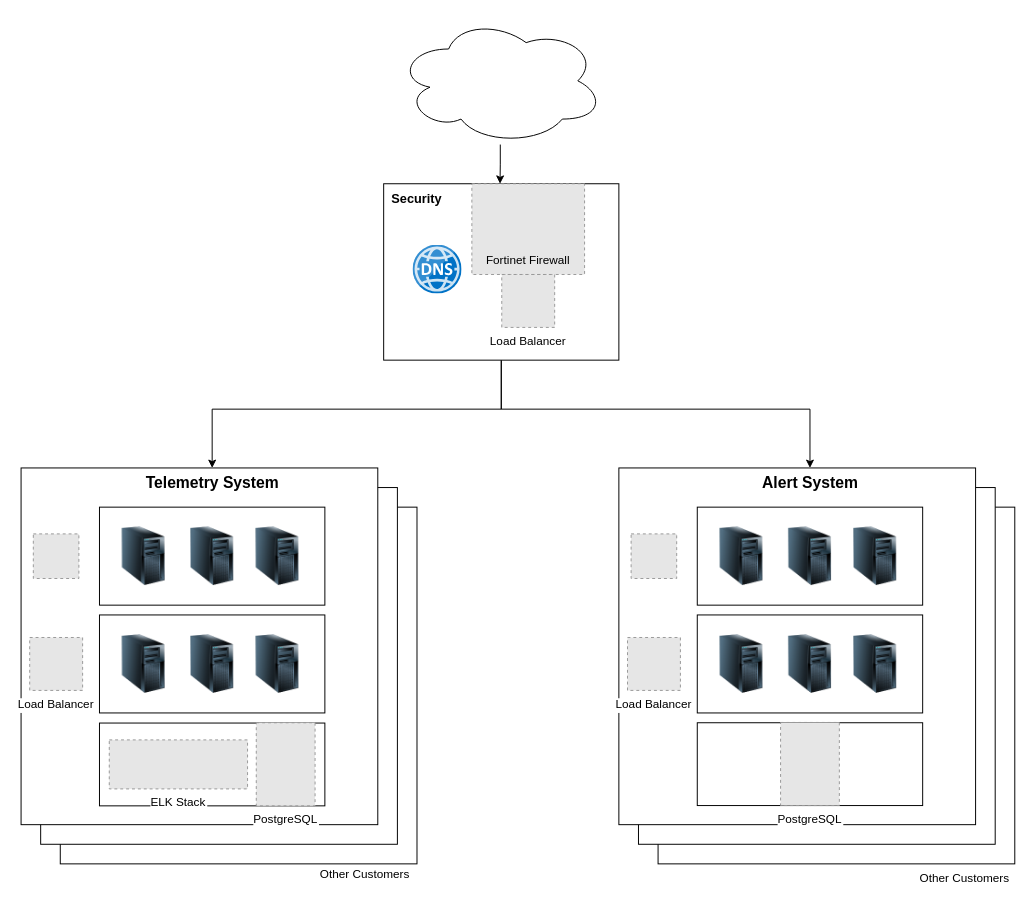
Above: Untitled Diagram.drawio in chengfong515/test_images_fong (draw.io), before the change. Source tidied: cells renumbered, new cells numbered last; positions are measured from the earlier drawing's top-left corner, leaving out a move shared by most shapes. Both pictures are drawn from the tidied source at 98%, with x=0, y=0 at pixel (21, 17). Pictures stored in the file or linked from it are replaced by grey dashed boxes.
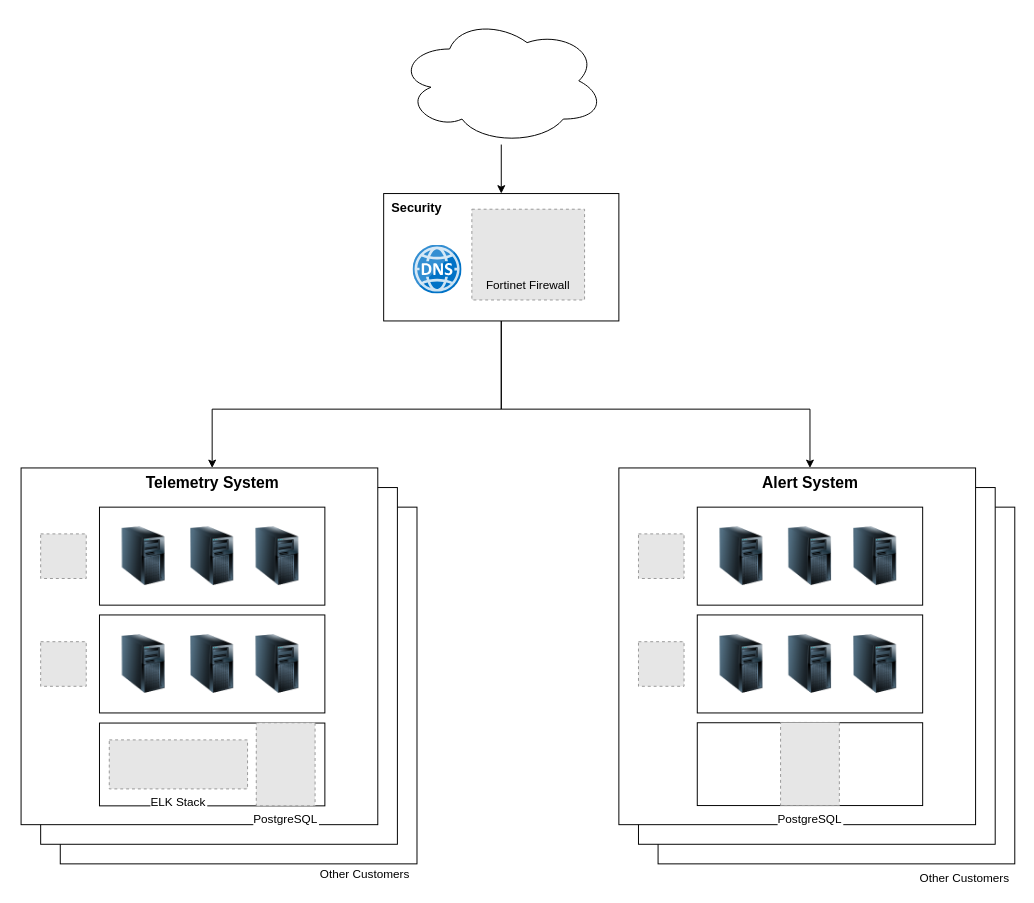
The same page after the edit.

The change refers to these unchanged cells:
```xml
<mxCell id="5" style="group;" parent="1" vertex="1">
  <mxGeometry y="460" width="404" height="404" as="geometry" />
</mxCell>
<mxCell id="28" style="group;" parent="1" vertex="1">
  <mxGeometry x="610" y="460" width="404" height="404" as="geometry" />
</mxCell>
```

The edit, as a diff of the source:
```diff
@@
     <mxCell id="4" style="rounded=0;whiteSpace=wrap;html=1;" parent="1" vertex="1">
-      <mxGeometry x="370" y="170" width="240" height="180" as="geometry" />
+      <mxGeometry x="370" y="180" width="240" height="130" as="geometry" />
     </mxCell>
@@
-    <mxCell id="19" value="Load Balancer" style="fillColor=#E6E6E6;strokeColor=#999999;dashed=1;verticalLabelPosition=bottom;labelBackgroundColor=default;verticalAlign=top;" parent="5" vertex="1">
-      <mxGeometry x="8.8" y="173" width="54" height="54" as="geometry" />
-    </mxCell>
     <mxCell id="20" style="fillColor=#E6E6E6;strokeColor=#999999;dashed=1;verticalLabelPosition=bottom;labelBackgroundColor=default;verticalAlign=top;" parent="5" vertex="1">
-      <mxGeometry x="12.5" y="67.3" width="46.5" height="45.5" as="geometry" />
+      <mxGeometry x="20" y="67.3" width="46.5" height="45.5" as="geometry" />
     </mxCell>
@@
+    <mxCell id="53" style="fillColor=#E6E6E6;strokeColor=#999999;dashed=1;verticalLabelPosition=bottom;labelBackgroundColor=default;verticalAlign=top;" parent="5" vertex="1">
+      <mxGeometry x="20" y="177.3" width="46.5" height="45.5" as="geometry" />
+    </mxCell>
@@
     <mxCell id="26" style="fillColor=#E6E6E6;strokeColor=#999999;dashed=1;verticalLabelPosition=bottom;labelBackgroundColor=default;verticalAlign=top;" parent="1" vertex="1">
-      <mxGeometry x="460" y="170" width="115" height="92.6" as="geometry" />
+      <mxGeometry x="460" y="196" width="115" height="92.6" as="geometry" />
     </mxCell>
-    <mxCell id="27" value="Load Balancer" style="fillColor=#E6E6E6;strokeColor=#999999;dashed=1;verticalLabelPosition=bottom;labelBackgroundColor=default;verticalAlign=top;" parent="1" vertex="1">
-      <mxGeometry x="490.5" y="262.6" width="54" height="54" as="geometry" />
-    </mxCell>
@@
-    <mxCell id="43" value="Load Balancer" style="fillColor=#E6E6E6;strokeColor=#999999;dashed=1;verticalLabelPosition=bottom;labelBackgroundColor=default;verticalAlign=top;" parent="28" vertex="1">
-      <mxGeometry x="8.8" y="173" width="54" height="54" as="geometry" />
-    </mxCell>
     <mxCell id="44" style="fillColor=#E6E6E6;strokeColor=#999999;dashed=1;verticalLabelPosition=bottom;labelBackgroundColor=default;verticalAlign=top;" parent="28" vertex="1">
-      <mxGeometry x="12.5" y="67.3" width="46.5" height="45.5" as="geometry" />
+      <mxGeometry x="20" y="67.3" width="46.5" height="45.5" as="geometry" />
     </mxCell>
@@
+    <mxCell id="54" style="fillColor=#E6E6E6;strokeColor=#999999;dashed=1;verticalLabelPosition=bottom;labelBackgroundColor=default;verticalAlign=top;" parent="28" vertex="1">
+      <mxGeometry x="20" y="177.3" width="46.5" height="45.5" as="geometry" />
+    </mxCell>
@@
-    <mxCell id="49" style="edgeStyle=orthogonalEdgeStyle;rounded=0;jettySize=auto;html=1;entryX=0.25;entryY=0;entryDx=0;entryDy=0;" parent="1" edge="1" source="50" target="26">
+    <mxCell id="49" style="edgeStyle=orthogonalEdgeStyle;rounded=0;jettySize=auto;html=1;entryX=0.5;entryY=0;entryDx=0;entryDy=0;" parent="1" edge="1" source="50" target="4">
       <mxGeometry relative="1" as="geometry" />
     </mxCell>
     <mxCell id="50" style="ellipse;shape=cloud;whiteSpace=wrap;html=1;" parent="1" vertex="1">
-      <mxGeometry x="383.5" width="211" height="130" as="geometry" />
+      <mxGeometry x="384.5" width="211" height="130" as="geometry" />
     </mxCell>
     <mxCell id="51" value="Fortinet Firewall" style="text;html=1;align=center;verticalAlign=middle;whiteSpace=wrap;rounded=0;" parent="1" vertex="1">
-      <mxGeometry x="470" y="232.6" width="95" height="30" as="geometry" />
+      <mxGeometry x="470" y="258.6" width="95" height="30" as="geometry" />
     </mxCell>
     <mxCell id="52" value="&lt;b&gt;&lt;font style=&quot;font-size: 13px;&quot;&gt;Security&lt;/font&gt;&lt;/b&gt;" style="text;html=1;align=center;verticalAlign=middle;whiteSpace=wrap;rounded=0;" parent="1" vertex="1">
-      <mxGeometry x="370" y="170" width="67.5" height="30" as="geometry" />
+      <mxGeometry x="370" y="179" width="67.5" height="30" as="geometry" />
     </mxCell>
```
